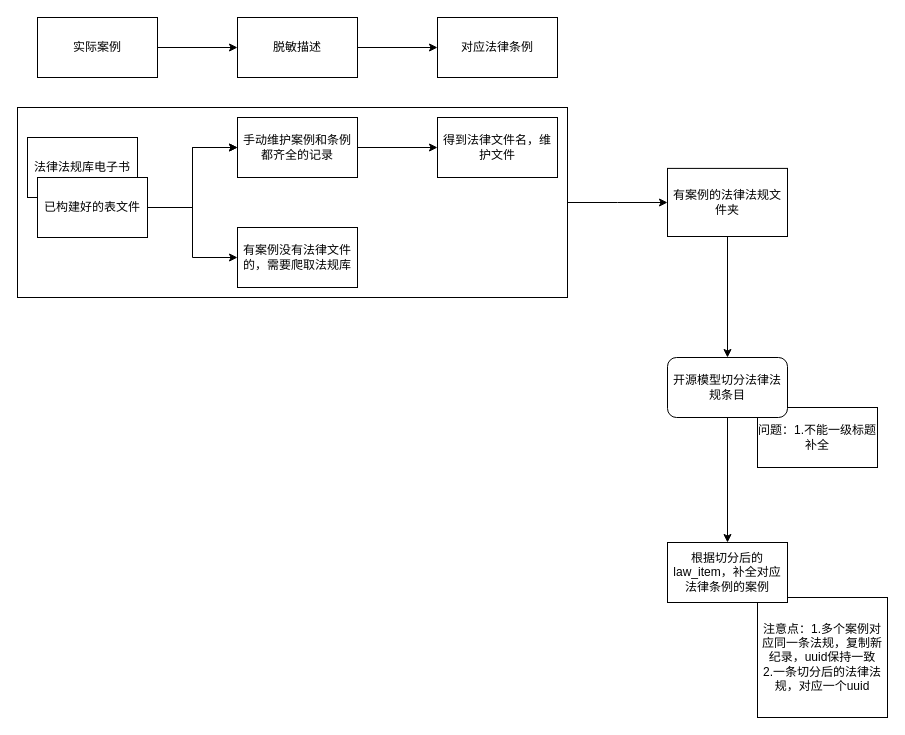
Above: 知识库语料处理流程.drawio in Saiable/drawio (draw.io), before the change. Source tidied: cells renumbered, new cells numbered last; positions are measured from the earlier drawing's top-left corner, leaving out a move shared by most shapes. Both pictures are drawn from the tidied source at 100%, with x=0, y=0 at pixel (17, 17).
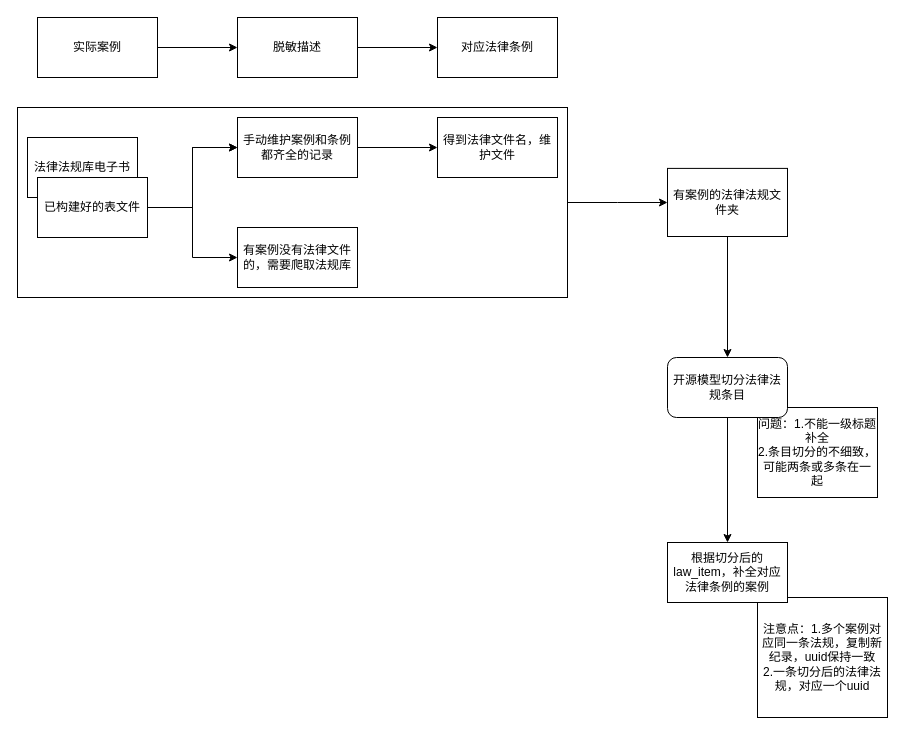
The same diagram, later.

Commit message:
更新知识库语料处理流程.drawio

Change to the diagram source:
```diff
@@
-    <mxCell id="20" value="问题：1.不能一级标题补全" style="rounded=0;whiteSpace=wrap;html=1;" parent="1" vertex="1">
-      <mxGeometry x="740" y="390" width="120" height="60" as="geometry" />
+    <mxCell id="20" value="问题：1.不能一级标题补全&lt;br&gt;2.条目切分的不细致，可能两条或多条在一起" style="rounded=0;whiteSpace=wrap;html=1;" parent="1" vertex="1">
+      <mxGeometry x="740" y="390" width="120" height="90" as="geometry" />
     </mxCell>
```
